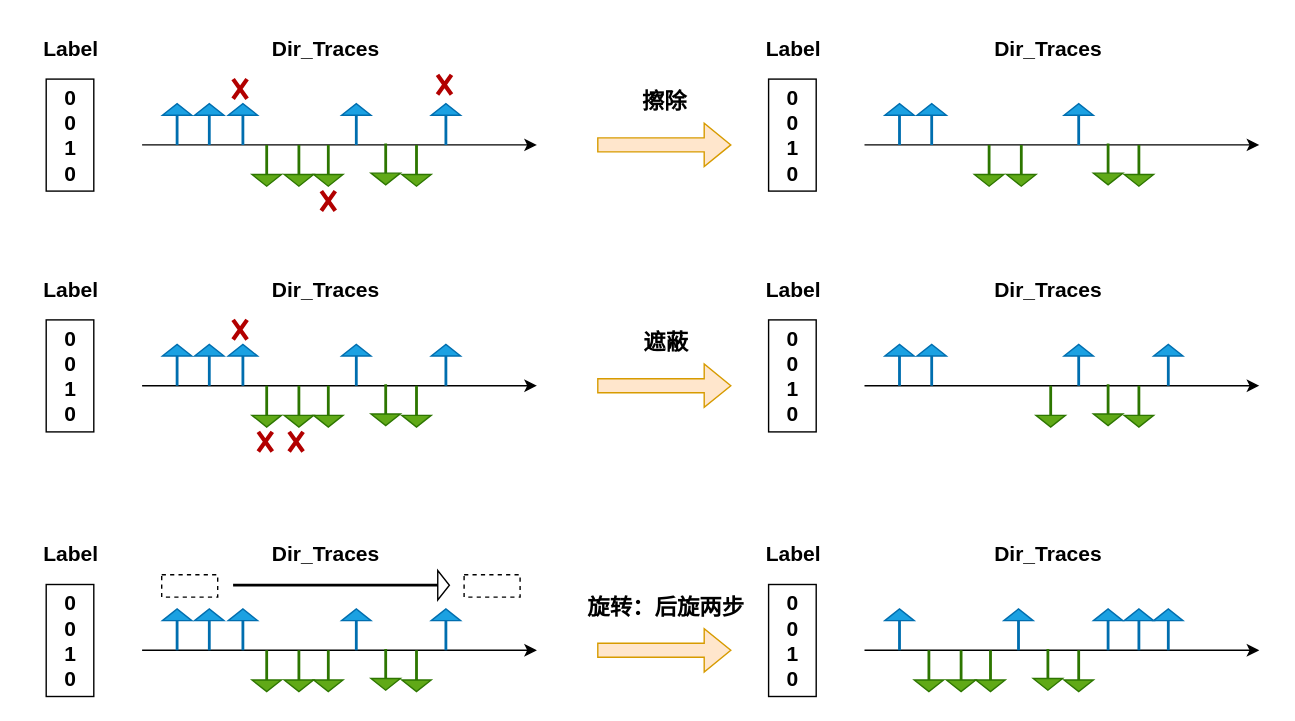
This is 空间数据增强.drawio from lilang0710/ll, a draw.io file, before an edit. Source tidied: cells renumbered, new cells numbered last; positions are measured from the earlier drawing's top-left corner, leaving out a move shared by most shapes. Both pictures are drawn from the tidied source at 140%, with x=0, y=0 at pixel (29, 27).
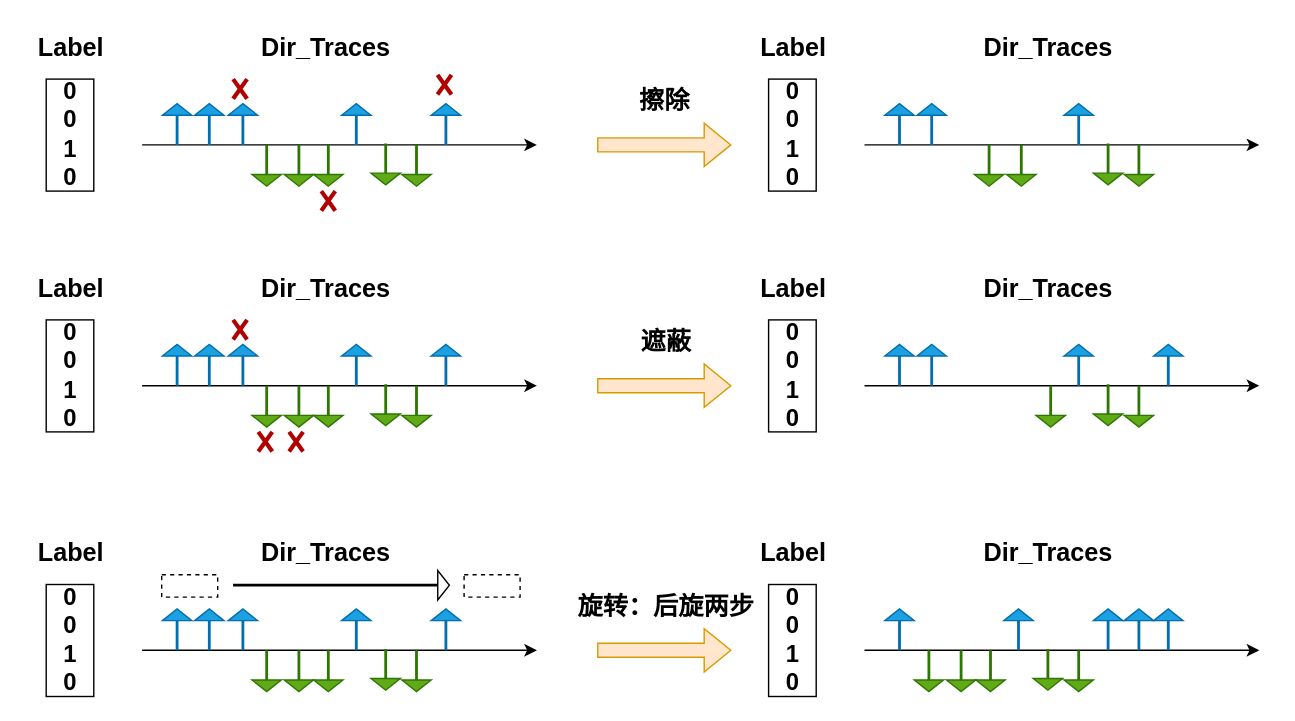
Above is the later version.

Commit message (it also covers changes not shown here):
更新空间数据增强.drawio

Change to the diagram source:
```diff
@@
-    <mxCell id="4" value="&lt;font style=&quot;font-size: 16px;&quot;&gt;&lt;b&gt;擦除&lt;/b&gt;&lt;/font&gt;" style="text;html=1;align=center;verticalAlign=middle;strokeColor=none;fillColor=none;" parent="1" vertex="1">
-      <mxGeometry x="428" y="37" width="50" height="32" as="geometry" />
+    <mxCell id="4" value="&lt;font size=&quot;1&quot;&gt;&lt;b style=&quot;font-size: 18px;&quot;&gt;擦除&lt;/b&gt;&lt;/font&gt;" style="text;html=1;align=center;verticalAlign=middle;strokeColor=none;fillColor=none;" parent="1" vertex="1">
+      <mxGeometry x="426" y="36" width="54" height="34" as="geometry" />
     </mxCell>
@@
-    <mxCell id="15" value="&lt;b&gt;&lt;font style=&quot;font-size: 15px;&quot;&gt;Dir_Traces&lt;/font&gt;&lt;/b&gt;" style="text;html=1;align=center;verticalAlign=middle;strokeColor=none;fillColor=none;" parent="1" vertex="1">
-      <mxGeometry x="163" width="95" height="30" as="geometry" />
+    <mxCell id="15" value="&lt;font size=&quot;1&quot;&gt;&lt;b&gt;&lt;font style=&quot;font-size: 18px;&quot;&gt;Dir_Traces&lt;/font&gt;&lt;/b&gt;&lt;/font&gt;" style="text;html=1;align=center;verticalAlign=middle;strokeColor=none;fillColor=none;" parent="1" vertex="1">
+      <mxGeometry x="156" y="-2" width="110" height="34" as="geometry" />
     </mxCell>
-    <mxCell id="16" value="&lt;b&gt;&lt;font style=&quot;font-size: 15px;&quot;&gt;Label&lt;/font&gt;&lt;/b&gt;" style="text;html=1;align=center;verticalAlign=middle;strokeColor=none;fillColor=none;" parent="1" vertex="1">
-      <mxGeometry width="57" height="30" as="geometry" />
+    <mxCell id="16" value="&lt;font size=&quot;1&quot;&gt;&lt;b&gt;&lt;font style=&quot;font-size: 18px;&quot;&gt;Label&lt;/font&gt;&lt;/b&gt;&lt;/font&gt;" style="text;html=1;align=center;verticalAlign=middle;strokeColor=none;fillColor=none;" parent="1" vertex="1">
+      <mxGeometry x="-4" y="-2" width="65" height="34" as="geometry" />
     </mxCell>
-    <mxCell id="17" value="&lt;div style=&quot;font-size: 15px;&quot;&gt;&lt;b&gt;&lt;font style=&quot;font-size: 15px;&quot;&gt;0&lt;/font&gt;&lt;/b&gt;&lt;/div&gt;&lt;div style=&quot;font-size: 15px;&quot;&gt;&lt;b&gt;&lt;font style=&quot;font-size: 15px;&quot;&gt;0&lt;br&gt;&lt;/font&gt;&lt;/b&gt;&lt;/div&gt;&lt;div style=&quot;font-size: 15px;&quot;&gt;&lt;b&gt;&lt;font style=&quot;font-size: 15px;&quot;&gt;1&lt;/font&gt;&lt;/b&gt;&lt;/div&gt;&lt;div style=&quot;font-size: 15px;&quot;&gt;&lt;b&gt;&lt;font style=&quot;font-size: 15px;&quot;&gt;&lt;font style=&quot;font-size: 15px;&quot;&gt;0&lt;/font&gt;&lt;br&gt;&lt;/font&gt;&lt;/b&gt;&lt;/div&gt;" style="rounded=0;whiteSpace=wrap;html=1;" parent="1" vertex="1">
+    <mxCell id="17" value="&lt;div style=&quot;font-size: 17px;&quot;&gt;&lt;font style=&quot;font-size: 17px;&quot;&gt;&lt;b&gt;&lt;font style=&quot;font-size: 17px;&quot;&gt;0&lt;/font&gt;&lt;/b&gt;&lt;/font&gt;&lt;/div&gt;&lt;div style=&quot;font-size: 17px;&quot;&gt;&lt;font style=&quot;font-size: 17px;&quot;&gt;&lt;b&gt;&lt;font style=&quot;font-size: 17px;&quot;&gt;0&lt;br&gt;&lt;/font&gt;&lt;/b&gt;&lt;/font&gt;&lt;/div&gt;&lt;div style=&quot;font-size: 17px;&quot;&gt;&lt;font style=&quot;font-size: 17px;&quot;&gt;&lt;b&gt;&lt;font style=&quot;font-size: 17px;&quot;&gt;1&lt;/font&gt;&lt;/b&gt;&lt;/font&gt;&lt;/div&gt;&lt;div style=&quot;font-size: 17px;&quot;&gt;&lt;font style=&quot;font-size: 17px;&quot;&gt;&lt;b&gt;&lt;font style=&quot;font-size: 17px;&quot;&gt;&lt;font style=&quot;font-size: 17px;&quot;&gt;0&lt;/font&gt;&lt;br&gt;&lt;/font&gt;&lt;/b&gt;&lt;/font&gt;&lt;/div&gt;" style="rounded=0;whiteSpace=wrap;html=1;" parent="1" vertex="1">
       <mxGeometry x="11.5" y="37" width="34" height="80" as="geometry" />
     </mxCell>
@@
-    <mxCell id="29" value="&lt;b&gt;&lt;font style=&quot;font-size: 15px;&quot;&gt;Dir_Traces&lt;/font&gt;&lt;/b&gt;" style="text;html=1;align=center;verticalAlign=middle;strokeColor=none;fillColor=none;" parent="1" vertex="1">
-      <mxGeometry x="679" width="95" height="30" as="geometry" />
+    <mxCell id="29" value="&lt;font size=&quot;1&quot;&gt;&lt;b&gt;&lt;font style=&quot;font-size: 18px;&quot;&gt;Dir_Traces&lt;/font&gt;&lt;/b&gt;&lt;/font&gt;" style="text;html=1;align=center;verticalAlign=middle;strokeColor=none;fillColor=none;" parent="1" vertex="1">
+      <mxGeometry x="672" y="-2" width="110" height="34" as="geometry" />
     </mxCell>
-    <mxCell id="30" value="&lt;b&gt;&lt;font style=&quot;font-size: 15px;&quot;&gt;Label&lt;/font&gt;&lt;/b&gt;" style="text;html=1;align=center;verticalAlign=middle;strokeColor=none;fillColor=none;" parent="1" vertex="1">
-      <mxGeometry x="516" width="57" height="30" as="geometry" />
+    <mxCell id="30" value="&lt;font size=&quot;1&quot;&gt;&lt;b&gt;&lt;font style=&quot;font-size: 18px;&quot;&gt;Label&lt;/font&gt;&lt;/b&gt;&lt;/font&gt;" style="text;html=1;align=center;verticalAlign=middle;strokeColor=none;fillColor=none;" parent="1" vertex="1">
+      <mxGeometry x="512" y="-2" width="65" height="34" as="geometry" />
     </mxCell>
-    <mxCell id="31" value="&lt;div style=&quot;font-size: 15px;&quot;&gt;&lt;b&gt;&lt;font style=&quot;font-size: 15px;&quot;&gt;0&lt;/font&gt;&lt;/b&gt;&lt;/div&gt;&lt;div style=&quot;font-size: 15px;&quot;&gt;&lt;b&gt;&lt;font style=&quot;font-size: 15px;&quot;&gt;0&lt;br&gt;&lt;/font&gt;&lt;/b&gt;&lt;/div&gt;&lt;div style=&quot;font-size: 15px;&quot;&gt;&lt;b&gt;&lt;font style=&quot;font-size: 15px;&quot;&gt;1&lt;/font&gt;&lt;/b&gt;&lt;/div&gt;&lt;div style=&quot;font-size: 15px;&quot;&gt;&lt;b&gt;&lt;font style=&quot;font-size: 15px;&quot;&gt;&lt;font style=&quot;font-size: 15px;&quot;&gt;0&lt;/font&gt;&lt;br&gt;&lt;/font&gt;&lt;/b&gt;&lt;/div&gt;" style="rounded=0;whiteSpace=wrap;html=1;" parent="1" vertex="1">
+    <mxCell id="31" value="&lt;div style=&quot;font-size: 17px;&quot;&gt;&lt;font style=&quot;font-size: 17px;&quot;&gt;&lt;b&gt;&lt;font style=&quot;font-size: 17px;&quot;&gt;0&lt;/font&gt;&lt;/b&gt;&lt;/font&gt;&lt;/div&gt;&lt;div style=&quot;font-size: 17px;&quot;&gt;&lt;font style=&quot;font-size: 17px;&quot;&gt;&lt;b&gt;&lt;font style=&quot;font-size: 17px;&quot;&gt;0&lt;br&gt;&lt;/font&gt;&lt;/b&gt;&lt;/font&gt;&lt;/div&gt;&lt;div style=&quot;font-size: 17px;&quot;&gt;&lt;font style=&quot;font-size: 17px;&quot;&gt;&lt;b&gt;&lt;font style=&quot;font-size: 17px;&quot;&gt;1&lt;/font&gt;&lt;/b&gt;&lt;/font&gt;&lt;/div&gt;&lt;div style=&quot;font-size: 17px;&quot;&gt;&lt;font style=&quot;font-size: 17px;&quot;&gt;&lt;b&gt;&lt;font style=&quot;font-size: 17px;&quot;&gt;&lt;font style=&quot;font-size: 17px;&quot;&gt;0&lt;/font&gt;&lt;br&gt;&lt;/font&gt;&lt;/b&gt;&lt;/font&gt;&lt;/div&gt;" style="rounded=0;whiteSpace=wrap;html=1;" parent="1" vertex="1">
       <mxGeometry x="527.5" y="37" width="34" height="80" as="geometry" />
     </mxCell>
@@
-    <mxCell id="34" value="&lt;font style=&quot;font-size: 16px;&quot;&gt;&lt;b&gt;遮蔽&lt;/b&gt;&lt;/font&gt;" style="text;html=1;align=center;verticalAlign=middle;strokeColor=none;fillColor=none;" parent="1" vertex="1">
-      <mxGeometry x="429" y="209" width="50" height="32" as="geometry" />
+    <mxCell id="34" value="&lt;font size=&quot;1&quot;&gt;&lt;b style=&quot;font-size: 18px;&quot;&gt;遮蔽&lt;/b&gt;&lt;/font&gt;" style="text;html=1;align=center;verticalAlign=middle;strokeColor=none;fillColor=none;" parent="1" vertex="1">
+      <mxGeometry x="427" y="208" width="54" height="34" as="geometry" />
     </mxCell>
@@
-    <mxCell id="45" value="&lt;b&gt;&lt;font style=&quot;font-size: 15px;&quot;&gt;Dir_Traces&lt;/font&gt;&lt;/b&gt;" style="text;html=1;align=center;verticalAlign=middle;strokeColor=none;fillColor=none;" parent="1" vertex="1">
-      <mxGeometry x="163" y="172" width="95" height="30" as="geometry" />
+    <mxCell id="45" value="&lt;font size=&quot;1&quot;&gt;&lt;b&gt;&lt;font style=&quot;font-size: 18px;&quot;&gt;Dir_Traces&lt;/font&gt;&lt;/b&gt;&lt;/font&gt;" style="text;html=1;align=center;verticalAlign=middle;strokeColor=none;fillColor=none;" parent="1" vertex="1">
+      <mxGeometry x="156" y="170" width="110" height="34" as="geometry" />
     </mxCell>
-    <mxCell id="46" value="&lt;b&gt;&lt;font style=&quot;font-size: 15px;&quot;&gt;Label&lt;/font&gt;&lt;/b&gt;" style="text;html=1;align=center;verticalAlign=middle;strokeColor=none;fillColor=none;" parent="1" vertex="1">
-      <mxGeometry y="172" width="57" height="30" as="geometry" />
+    <mxCell id="46" value="&lt;font size=&quot;1&quot;&gt;&lt;b&gt;&lt;font style=&quot;font-size: 18px;&quot;&gt;Label&lt;/font&gt;&lt;/b&gt;&lt;/font&gt;" style="text;html=1;align=center;verticalAlign=middle;strokeColor=none;fillColor=none;" parent="1" vertex="1">
+      <mxGeometry x="-4" y="170" width="65" height="34" as="geometry" />
     </mxCell>
-    <mxCell id="47" value="&lt;div style=&quot;font-size: 15px;&quot;&gt;&lt;b&gt;&lt;font style=&quot;font-size: 15px;&quot;&gt;0&lt;/font&gt;&lt;/b&gt;&lt;/div&gt;&lt;div style=&quot;font-size: 15px;&quot;&gt;&lt;b&gt;&lt;font style=&quot;font-size: 15px;&quot;&gt;0&lt;br&gt;&lt;/font&gt;&lt;/b&gt;&lt;/div&gt;&lt;div style=&quot;font-size: 15px;&quot;&gt;&lt;b&gt;&lt;font style=&quot;font-size: 15px;&quot;&gt;1&lt;/font&gt;&lt;/b&gt;&lt;/div&gt;&lt;div style=&quot;font-size: 15px;&quot;&gt;&lt;b&gt;&lt;font style=&quot;font-size: 15px;&quot;&gt;&lt;font style=&quot;font-size: 15px;&quot;&gt;0&lt;/font&gt;&lt;br&gt;&lt;/font&gt;&lt;/b&gt;&lt;/div&gt;" style="rounded=0;whiteSpace=wrap;html=1;" parent="1" vertex="1">
+    <mxCell id="47" value="&lt;div style=&quot;font-size: 17px;&quot;&gt;&lt;font style=&quot;font-size: 17px;&quot;&gt;&lt;b&gt;&lt;font style=&quot;font-size: 17px;&quot;&gt;0&lt;/font&gt;&lt;/b&gt;&lt;/font&gt;&lt;/div&gt;&lt;div style=&quot;font-size: 17px;&quot;&gt;&lt;font style=&quot;font-size: 17px;&quot;&gt;&lt;b&gt;&lt;font style=&quot;font-size: 17px;&quot;&gt;0&lt;br&gt;&lt;/font&gt;&lt;/b&gt;&lt;/font&gt;&lt;/div&gt;&lt;div style=&quot;font-size: 17px;&quot;&gt;&lt;font style=&quot;font-size: 17px;&quot;&gt;&lt;b&gt;&lt;font style=&quot;font-size: 17px;&quot;&gt;1&lt;/font&gt;&lt;/b&gt;&lt;/font&gt;&lt;/div&gt;&lt;div style=&quot;font-size: 17px;&quot;&gt;&lt;font style=&quot;font-size: 17px;&quot;&gt;&lt;b&gt;&lt;font style=&quot;font-size: 17px;&quot;&gt;&lt;font style=&quot;font-size: 17px;&quot;&gt;0&lt;/font&gt;&lt;br&gt;&lt;/font&gt;&lt;/b&gt;&lt;/font&gt;&lt;/div&gt;" style="rounded=0;whiteSpace=wrap;html=1;" parent="1" vertex="1">
       <mxGeometry x="11.5" y="209" width="34" height="80" as="geometry" />
     </mxCell>
@@
-    <mxCell id="58" value="&lt;b&gt;&lt;font style=&quot;font-size: 15px;&quot;&gt;Dir_Traces&lt;/font&gt;&lt;/b&gt;" style="text;html=1;align=center;verticalAlign=middle;strokeColor=none;fillColor=none;" parent="1" vertex="1">
-      <mxGeometry x="679" y="172" width="95" height="30" as="geometry" />
+    <mxCell id="58" value="&lt;font size=&quot;1&quot;&gt;&lt;b&gt;&lt;font style=&quot;font-size: 18px;&quot;&gt;Dir_Traces&lt;/font&gt;&lt;/b&gt;&lt;/font&gt;" style="text;html=1;align=center;verticalAlign=middle;strokeColor=none;fillColor=none;" parent="1" vertex="1">
+      <mxGeometry x="672" y="170" width="110" height="34" as="geometry" />
     </mxCell>
-    <mxCell id="59" value="&lt;b&gt;&lt;font style=&quot;font-size: 15px;&quot;&gt;Label&lt;/font&gt;&lt;/b&gt;" style="text;html=1;align=center;verticalAlign=middle;strokeColor=none;fillColor=none;" parent="1" vertex="1">
-      <mxGeometry x="516" y="172" width="57" height="30" as="geometry" />
+    <mxCell id="59" value="&lt;font size=&quot;1&quot;&gt;&lt;b&gt;&lt;font style=&quot;font-size: 18px;&quot;&gt;Label&lt;/font&gt;&lt;/b&gt;&lt;/font&gt;" style="text;html=1;align=center;verticalAlign=middle;strokeColor=none;fillColor=none;" parent="1" vertex="1">
+      <mxGeometry x="512" y="170" width="65" height="34" as="geometry" />
     </mxCell>
-    <mxCell id="60" value="&lt;div style=&quot;font-size: 15px;&quot;&gt;&lt;b&gt;&lt;font style=&quot;font-size: 15px;&quot;&gt;0&lt;/font&gt;&lt;/b&gt;&lt;/div&gt;&lt;div style=&quot;font-size: 15px;&quot;&gt;&lt;b&gt;&lt;font style=&quot;font-size: 15px;&quot;&gt;0&lt;br&gt;&lt;/font&gt;&lt;/b&gt;&lt;/div&gt;&lt;div style=&quot;font-size: 15px;&quot;&gt;&lt;b&gt;&lt;font style=&quot;font-size: 15px;&quot;&gt;1&lt;/font&gt;&lt;/b&gt;&lt;/div&gt;&lt;div style=&quot;font-size: 15px;&quot;&gt;&lt;b&gt;&lt;font style=&quot;font-size: 15px;&quot;&gt;&lt;font style=&quot;font-size: 15px;&quot;&gt;0&lt;/font&gt;&lt;br&gt;&lt;/font&gt;&lt;/b&gt;&lt;/div&gt;" style="rounded=0;whiteSpace=wrap;html=1;" parent="1" vertex="1">
+    <mxCell id="60" value="&lt;div style=&quot;font-size: 17px;&quot;&gt;&lt;font style=&quot;font-size: 17px;&quot;&gt;&lt;b&gt;&lt;font style=&quot;font-size: 17px;&quot;&gt;0&lt;/font&gt;&lt;/b&gt;&lt;/font&gt;&lt;/div&gt;&lt;div style=&quot;font-size: 17px;&quot;&gt;&lt;font style=&quot;font-size: 17px;&quot;&gt;&lt;b&gt;&lt;font style=&quot;font-size: 17px;&quot;&gt;0&lt;br&gt;&lt;/font&gt;&lt;/b&gt;&lt;/font&gt;&lt;/div&gt;&lt;div style=&quot;font-size: 17px;&quot;&gt;&lt;font style=&quot;font-size: 17px;&quot;&gt;&lt;b&gt;&lt;font style=&quot;font-size: 17px;&quot;&gt;1&lt;/font&gt;&lt;/b&gt;&lt;/font&gt;&lt;/div&gt;&lt;div style=&quot;font-size: 17px;&quot;&gt;&lt;font style=&quot;font-size: 17px;&quot;&gt;&lt;b&gt;&lt;font style=&quot;font-size: 17px;&quot;&gt;&lt;font style=&quot;font-size: 17px;&quot;&gt;0&lt;/font&gt;&lt;br&gt;&lt;/font&gt;&lt;/b&gt;&lt;/font&gt;&lt;/div&gt;" style="rounded=0;whiteSpace=wrap;html=1;" parent="1" vertex="1">
       <mxGeometry x="527.5" y="209" width="34" height="80" as="geometry" />
     </mxCell>
@@
-    <mxCell id="63" value="&lt;font style=&quot;font-size: 16px;&quot;&gt;&lt;b&gt;旋转：后旋两步&lt;/b&gt;&lt;/font&gt;" style="text;html=1;align=center;verticalAlign=middle;strokeColor=none;fillColor=none;" parent="1" vertex="1">
-      <mxGeometry x="389" y="398" width="130" height="32" as="geometry" />
+    <mxCell id="63" value="&lt;font size=&quot;1&quot;&gt;&lt;b style=&quot;font-size: 18px;&quot;&gt;旋转：后旋两步&lt;/b&gt;&lt;/font&gt;" style="text;html=1;align=center;verticalAlign=middle;strokeColor=none;fillColor=none;" parent="1" vertex="1">
+      <mxGeometry x="382" y="397" width="144" height="34" as="geometry" />
     </mxCell>
@@
-    <mxCell id="74" value="&lt;b&gt;&lt;font style=&quot;font-size: 15px;&quot;&gt;Dir_Traces&lt;/font&gt;&lt;/b&gt;" style="text;html=1;align=center;verticalAlign=middle;strokeColor=none;fillColor=none;" parent="1" vertex="1">
-      <mxGeometry x="163" y="361" width="95" height="30" as="geometry" />
+    <mxCell id="74" value="&lt;font size=&quot;1&quot;&gt;&lt;b&gt;&lt;font style=&quot;font-size: 18px;&quot;&gt;Dir_Traces&lt;/font&gt;&lt;/b&gt;&lt;/font&gt;" style="text;html=1;align=center;verticalAlign=middle;strokeColor=none;fillColor=none;" parent="1" vertex="1">
+      <mxGeometry x="156" y="359" width="110" height="34" as="geometry" />
     </mxCell>
-    <mxCell id="75" value="&lt;b&gt;&lt;font style=&quot;font-size: 15px;&quot;&gt;Label&lt;/font&gt;&lt;/b&gt;" style="text;html=1;align=center;verticalAlign=middle;strokeColor=none;fillColor=none;" parent="1" vertex="1">
-      <mxGeometry y="361" width="57" height="30" as="geometry" />
+    <mxCell id="75" value="&lt;font size=&quot;1&quot;&gt;&lt;b&gt;&lt;font style=&quot;font-size: 18px;&quot;&gt;Label&lt;/font&gt;&lt;/b&gt;&lt;/font&gt;" style="text;html=1;align=center;verticalAlign=middle;strokeColor=none;fillColor=none;" parent="1" vertex="1">
+      <mxGeometry x="-4" y="359" width="65" height="34" as="geometry" />
     </mxCell>
-    <mxCell id="76" value="&lt;div style=&quot;font-size: 15px;&quot;&gt;&lt;b&gt;&lt;font style=&quot;font-size: 15px;&quot;&gt;0&lt;/font&gt;&lt;/b&gt;&lt;/div&gt;&lt;div style=&quot;font-size: 15px;&quot;&gt;&lt;b&gt;&lt;font style=&quot;font-size: 15px;&quot;&gt;0&lt;br&gt;&lt;/font&gt;&lt;/b&gt;&lt;/div&gt;&lt;div style=&quot;font-size: 15px;&quot;&gt;&lt;b&gt;&lt;font style=&quot;font-size: 15px;&quot;&gt;1&lt;/font&gt;&lt;/b&gt;&lt;/div&gt;&lt;div style=&quot;font-size: 15px;&quot;&gt;&lt;b&gt;&lt;font style=&quot;font-size: 15px;&quot;&gt;&lt;font style=&quot;font-size: 15px;&quot;&gt;0&lt;/font&gt;&lt;br&gt;&lt;/font&gt;&lt;/b&gt;&lt;/div&gt;" style="rounded=0;whiteSpace=wrap;html=1;" parent="1" vertex="1">
+    <mxCell id="76" value="&lt;div style=&quot;font-size: 17px;&quot;&gt;&lt;font style=&quot;font-size: 17px;&quot;&gt;&lt;b&gt;&lt;font style=&quot;font-size: 17px;&quot;&gt;0&lt;/font&gt;&lt;/b&gt;&lt;/font&gt;&lt;/div&gt;&lt;div style=&quot;font-size: 17px;&quot;&gt;&lt;font style=&quot;font-size: 17px;&quot;&gt;&lt;b&gt;&lt;font style=&quot;font-size: 17px;&quot;&gt;0&lt;br&gt;&lt;/font&gt;&lt;/b&gt;&lt;/font&gt;&lt;/div&gt;&lt;div style=&quot;font-size: 17px;&quot;&gt;&lt;font style=&quot;font-size: 17px;&quot;&gt;&lt;b&gt;&lt;font style=&quot;font-size: 17px;&quot;&gt;1&lt;/font&gt;&lt;/b&gt;&lt;/font&gt;&lt;/div&gt;&lt;div style=&quot;font-size: 17px;&quot;&gt;&lt;font style=&quot;font-size: 17px;&quot;&gt;&lt;b&gt;&lt;font style=&quot;font-size: 17px;&quot;&gt;&lt;font style=&quot;font-size: 17px;&quot;&gt;0&lt;/font&gt;&lt;br&gt;&lt;/font&gt;&lt;/b&gt;&lt;/font&gt;&lt;/div&gt;" style="rounded=0;whiteSpace=wrap;html=1;" parent="1" vertex="1">
       <mxGeometry x="11.5" y="398" width="34" height="80" as="geometry" />
     </mxCell>
@@
-    <mxCell id="88" value="&lt;b&gt;&lt;font style=&quot;font-size: 15px;&quot;&gt;Dir_Traces&lt;/font&gt;&lt;/b&gt;" style="text;html=1;align=center;verticalAlign=middle;strokeColor=none;fillColor=none;" parent="1" vertex="1">
-      <mxGeometry x="679" y="361" width="95" height="30" as="geometry" />
+    <mxCell id="88" value="&lt;font size=&quot;1&quot;&gt;&lt;b&gt;&lt;font style=&quot;font-size: 18px;&quot;&gt;Dir_Traces&lt;/font&gt;&lt;/b&gt;&lt;/font&gt;" style="text;html=1;align=center;verticalAlign=middle;strokeColor=none;fillColor=none;" parent="1" vertex="1">
+      <mxGeometry x="672" y="359" width="110" height="34" as="geometry" />
     </mxCell>
-    <mxCell id="89" value="&lt;b&gt;&lt;font style=&quot;font-size: 15px;&quot;&gt;Label&lt;/font&gt;&lt;/b&gt;" style="text;html=1;align=center;verticalAlign=middle;strokeColor=none;fillColor=none;" parent="1" vertex="1">
-      <mxGeometry x="516" y="361" width="57" height="30" as="geometry" />
+    <mxCell id="89" value="&lt;font size=&quot;1&quot;&gt;&lt;b&gt;&lt;font style=&quot;font-size: 18px;&quot;&gt;Label&lt;/font&gt;&lt;/b&gt;&lt;/font&gt;" style="text;html=1;align=center;verticalAlign=middle;strokeColor=none;fillColor=none;" parent="1" vertex="1">
+      <mxGeometry x="512" y="359" width="65" height="34" as="geometry" />
     </mxCell>
-    <mxCell id="90" value="&lt;div style=&quot;font-size: 15px;&quot;&gt;&lt;b&gt;&lt;font style=&quot;font-size: 15px;&quot;&gt;0&lt;/font&gt;&lt;/b&gt;&lt;/div&gt;&lt;div style=&quot;font-size: 15px;&quot;&gt;&lt;b&gt;&lt;font style=&quot;font-size: 15px;&quot;&gt;0&lt;br&gt;&lt;/font&gt;&lt;/b&gt;&lt;/div&gt;&lt;div style=&quot;font-size: 15px;&quot;&gt;&lt;b&gt;&lt;font style=&quot;font-size: 15px;&quot;&gt;1&lt;/font&gt;&lt;/b&gt;&lt;/div&gt;&lt;div style=&quot;font-size: 15px;&quot;&gt;&lt;b&gt;&lt;font style=&quot;font-size: 15px;&quot;&gt;&lt;font style=&quot;font-size: 15px;&quot;&gt;0&lt;/font&gt;&lt;br&gt;&lt;/font&gt;&lt;/b&gt;&lt;/div&gt;" style="rounded=0;whiteSpace=wrap;html=1;" parent="1" vertex="1">
+    <mxCell id="90" value="&lt;div style=&quot;font-size: 17px;&quot;&gt;&lt;font style=&quot;font-size: 17px;&quot;&gt;&lt;b&gt;&lt;font style=&quot;font-size: 17px;&quot;&gt;0&lt;/font&gt;&lt;/b&gt;&lt;/font&gt;&lt;/div&gt;&lt;div style=&quot;font-size: 17px;&quot;&gt;&lt;font style=&quot;font-size: 17px;&quot;&gt;&lt;b&gt;&lt;font style=&quot;font-size: 17px;&quot;&gt;0&lt;br&gt;&lt;/font&gt;&lt;/b&gt;&lt;/font&gt;&lt;/div&gt;&lt;div style=&quot;font-size: 17px;&quot;&gt;&lt;font style=&quot;font-size: 17px;&quot;&gt;&lt;b&gt;&lt;font style=&quot;font-size: 17px;&quot;&gt;1&lt;/font&gt;&lt;/b&gt;&lt;/font&gt;&lt;/div&gt;&lt;div style=&quot;font-size: 17px;&quot;&gt;&lt;font style=&quot;font-size: 17px;&quot;&gt;&lt;b&gt;&lt;font style=&quot;font-size: 17px;&quot;&gt;&lt;font style=&quot;font-size: 17px;&quot;&gt;0&lt;/font&gt;&lt;br&gt;&lt;/font&gt;&lt;/b&gt;&lt;/font&gt;&lt;/div&gt;" style="rounded=0;whiteSpace=wrap;html=1;" parent="1" vertex="1">
       <mxGeometry x="527.5" y="398" width="34" height="80" as="geometry" />
     </mxCell>
```
